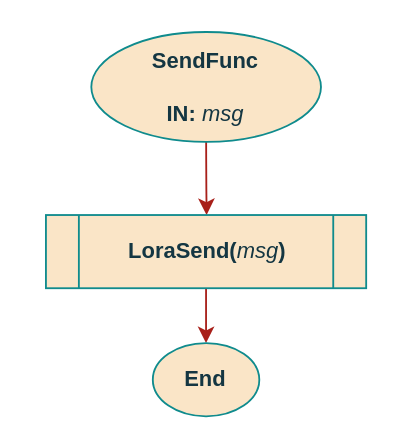
This is page "sendFunc" (4 of 4) of documentation/flowcharts/Classes/CLoraComm.drawio from ESRGgroup9/slipad, a draw.io file, before an edit. Source tidied: cells renumbered, new cells numbered last; positions are measured from the earlier drawing's top-left corner, leaving out a move shared by most shapes. Both pictures are drawn from the tidied source at 183%, with x=0, y=0 at pixel (46, 31).
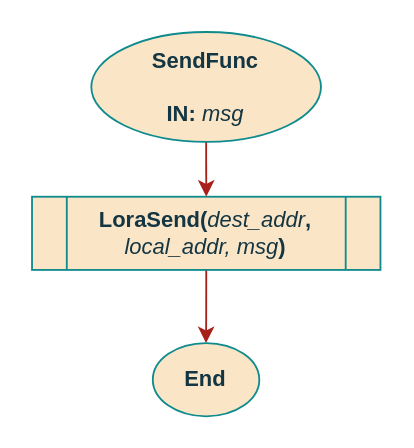
The same page after the edit.

Change to the diagram source:
```diff
@@
 <mxGraphModel>
   <root>
     <mxCell id="0" />
     <mxCell id="1" parent="0" />
-    <mxCell id="2" style="edgeStyle=orthogonalEdgeStyle;curved=0;rounded=1;sketch=0;jettySize=auto;html=1;exitX=0.5;exitY=1;exitDx=0;exitDy=0;entryX=0.5;entryY=0;entryDx=0;entryDy=0;fontColor=#143642;strokeColor=#A8201A;fillColor=#FAE5C7;" parent="1" edge="1" source="3">
-      <mxGeometry relative="1" as="geometry">
-        <mxPoint x="87.4" y="100" as="targetPoint" />
-      </mxGeometry>
-    </mxCell>
+    <mxCell id="7" style="edgeStyle=orthogonalEdgeStyle;rounded=1;jettySize=auto;html=1;exitX=0.5;exitY=1;exitDx=0;exitDy=0;entryX=0.5;entryY=0;entryDx=0;entryDy=0;strokeColor=#A8201A;" parent="1" edge="1" source="3" target="5">
+      <mxGeometry relative="1" as="geometry" />
+    </mxCell>
     <mxCell id="3" value="&lt;div&gt;SendFunc&lt;/div&gt;&lt;div&gt;&lt;br&gt;&lt;/div&gt;&lt;div&gt;IN:&lt;i&gt; &lt;span style=&quot;font-weight: normal&quot;&gt;msg&lt;/span&gt;&lt;/i&gt;&lt;span style=&quot;font-weight: normal&quot;&gt;&lt;/span&gt;&lt;br&gt;&lt;/div&gt;" style="ellipse;whiteSpace=wrap;html=1;fillColor=#FAE5C7;strokeColor=#0F8B8D;fontColor=#143642;fontStyle=1;" parent="1" vertex="1">
       <mxGeometry x="24.4" width="125.5" height="60" as="geometry" />
     </mxCell>
     <mxCell id="4" style="edgeStyle=orthogonalEdgeStyle;curved=0;rounded=1;sketch=0;jettySize=auto;html=1;fontColor=#143642;strokeColor=#A8201A;fillColor=#FAE5C7;entryX=0.5;entryY=0;entryDx=0;entryDy=0;exitX=0.5;exitY=1;exitDx=0;exitDy=0;" parent="1" edge="1" source="5" target="6">
       <mxGeometry relative="1" as="geometry" />
     </mxCell>
-    <mxCell id="5" value="&lt;b&gt;LoraSend(&lt;/b&gt;&lt;i&gt;msg&lt;/i&gt;&lt;b&gt;)&lt;/b&gt;" style="shape=process;whiteSpace=wrap;html=1;backgroundOutline=1;rounded=0;sketch=0;fontColor=#143642;strokeColor=#0F8B8D;fillColor=#FAE5C7;" parent="1" vertex="1">
-      <mxGeometry x="-0.4" y="100" width="175" height="40" as="geometry" />
+    <mxCell id="5" value="&lt;b&gt;LoraSend(&lt;/b&gt;&lt;i&gt;dest_addr&lt;/i&gt;&lt;b&gt;, &lt;/b&gt;&lt;i&gt;local_addr, msg&lt;/i&gt;&lt;b&gt;)&lt;/b&gt;" style="shape=process;whiteSpace=wrap;html=1;backgroundOutline=1;rounded=0;sketch=0;fontColor=#143642;strokeColor=#0F8B8D;fillColor=#FAE5C7;" parent="1" vertex="1">
+      <mxGeometry x="-8" y="90" width="190.4" height="40" as="geometry" />
     </mxCell>
     <mxCell id="6" value="End" style="ellipse;whiteSpace=wrap;html=1;fillColor=#FAE5C7;strokeColor=#0F8B8D;fontColor=#143642;fontStyle=1;" parent="1" vertex="1">
       <mxGeometry x="58" y="170" width="58.2" height="40" as="geometry" />
     </mxCell>
   </root>
 </mxGraphModel>
```
